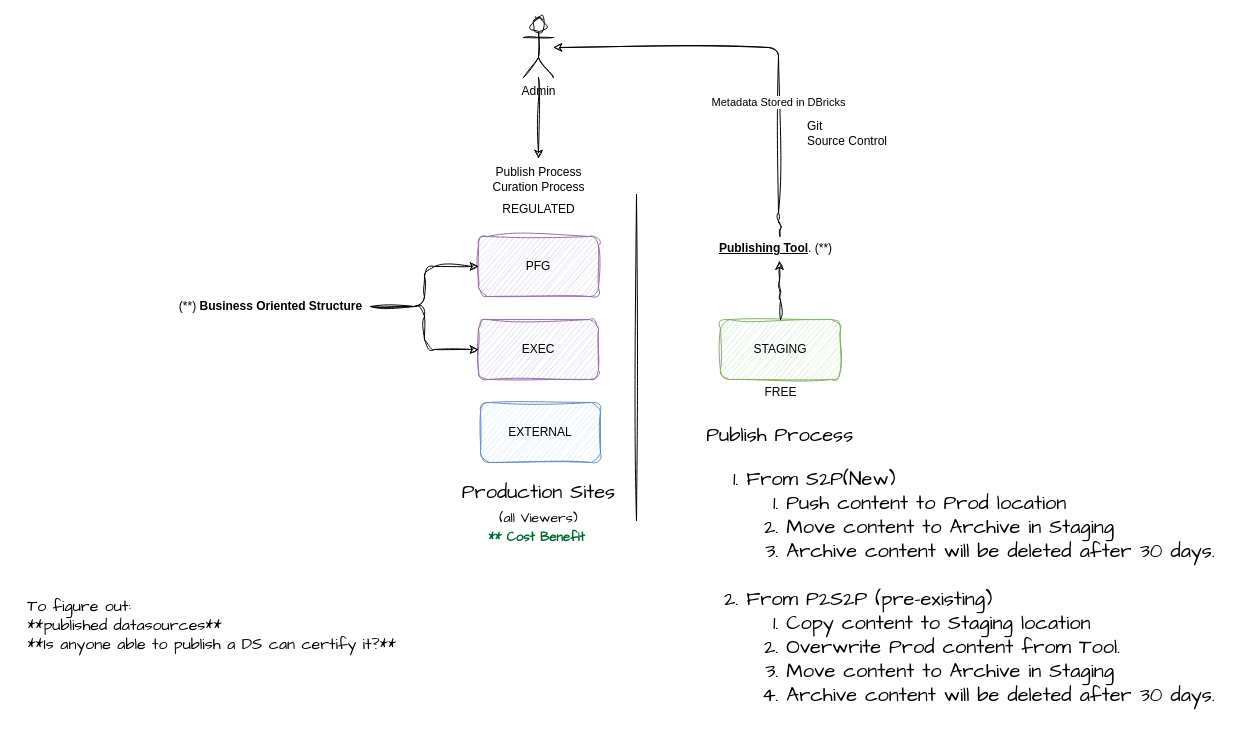
KycdoE/drawio_charts keeps this draw.io diagram as page "Processes" (2 of 5) of Tableau Admin Tool.drawio. Above is the earlier version. Source tidied: cells renumbered, new cells numbered last; positions are measured from the earlier drawing's top-left corner, leaving out a move shared by most shapes. Both pictures are drawn from the tidied source at 100%, with x=0, y=0 at pixel (17, 17).
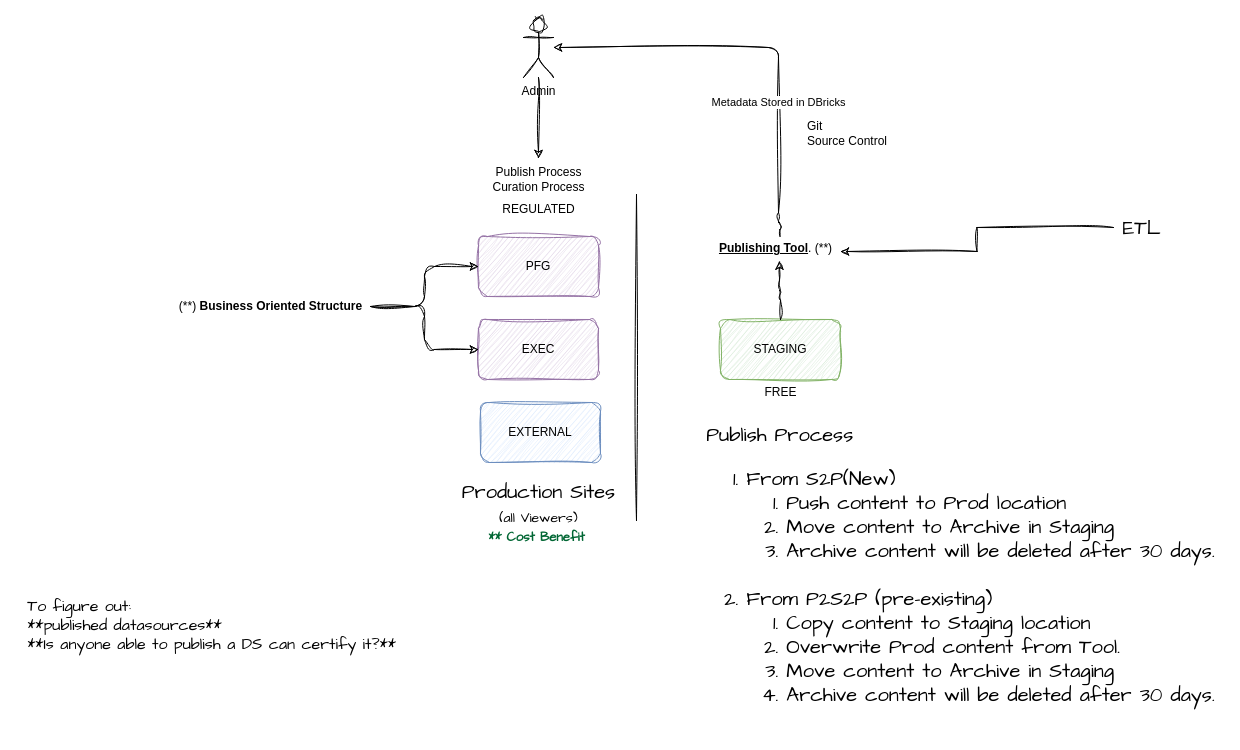
Above is the later version.

The change refers to these unchanged cells:
```xml
<mxCell id="16" value="&lt;b&gt;&lt;u&gt;Publishing Tool&lt;/u&gt;&lt;/b&gt;. (**)" style="text;html=1;align=center;verticalAlign=middle;points=[];strokeColor=none;fillColor=none;rounded=1;sketch=1;curveFitting=1;jiggle=2;" parent="1" vertex="1">
  <mxGeometry x="692" y="218" width="131" height="26" as="geometry" />
</mxCell>
```

The edit, as a diff of the source:
```diff
@@
+    <mxCell id="23" value="ETL" style="text;html=1;align=center;verticalAlign=middle;points=[];strokeColor=none;fillColor=none;fontSize=20;fontFamily=Architects Daughter;" parent="1" vertex="1">
+      <mxGeometry x="1096" y="192" width="56" height="36" as="geometry" />
+    </mxCell>
+    <mxCell id="24" style="edgeStyle=orthogonalEdgeStyle;rounded=0;sketch=1;hachureGap=4;jiggle=2;curveFitting=1;jettySize=auto;html=1;entryX=1;entryY=0.615;entryDx=0;entryDy=0;entryPerimeter=0;fontFamily=Architects Daughter;fontSize=16;" parent="1" edge="1" source="23" target="16">
+      <mxGeometry relative="1" as="geometry" />
+    </mxCell>
```
